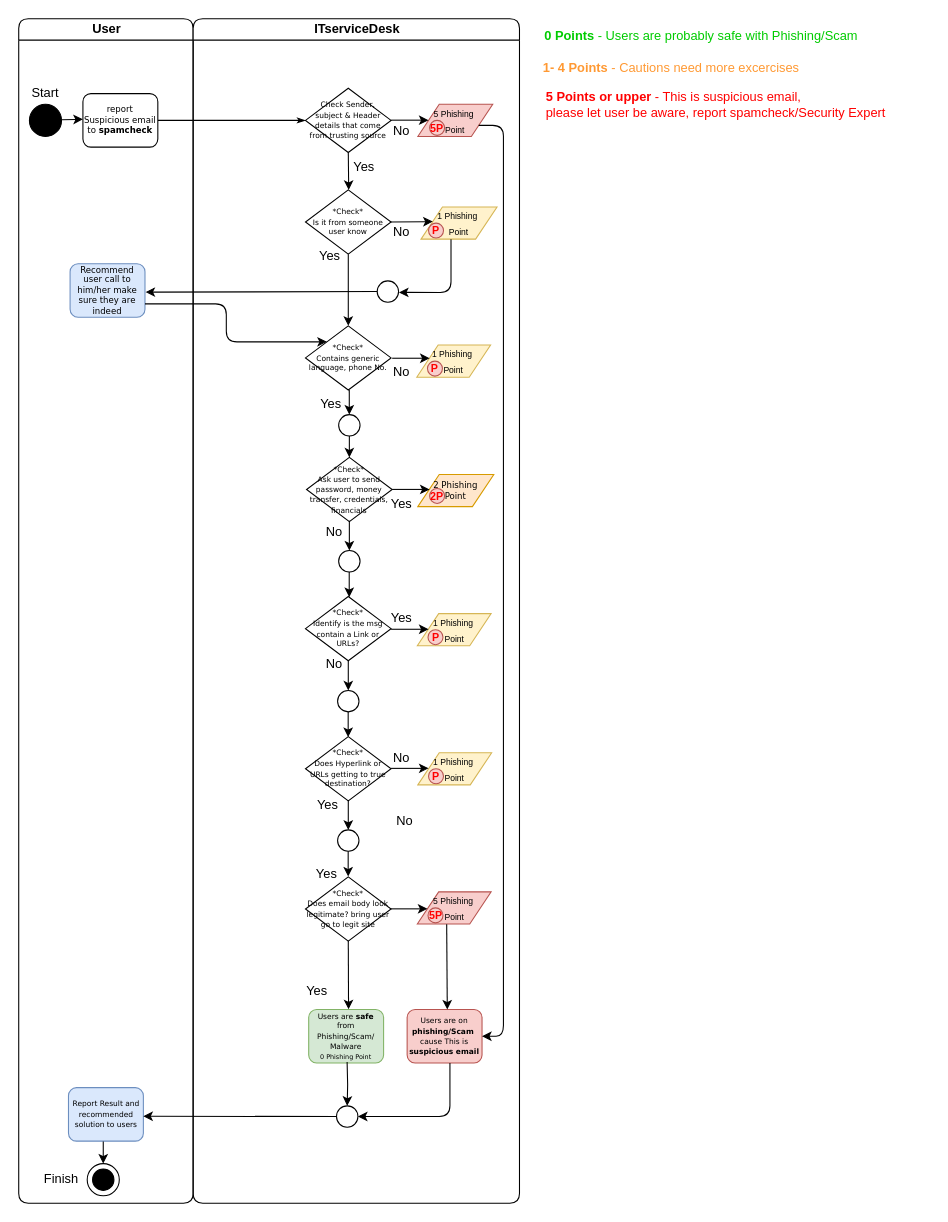
psukasame/sukasamecloud keeps this draw.io diagram as Sec-L1-ITSD.drawio. Above is the earlier version. Source tidied: cells renumbered, new cells numbered last; positions are measured from the earlier drawing's top-left corner, leaving out a move shared by most shapes. Both pictures are drawn from the tidied source at 107%, with x=0, y=0 at pixel (18, 18).
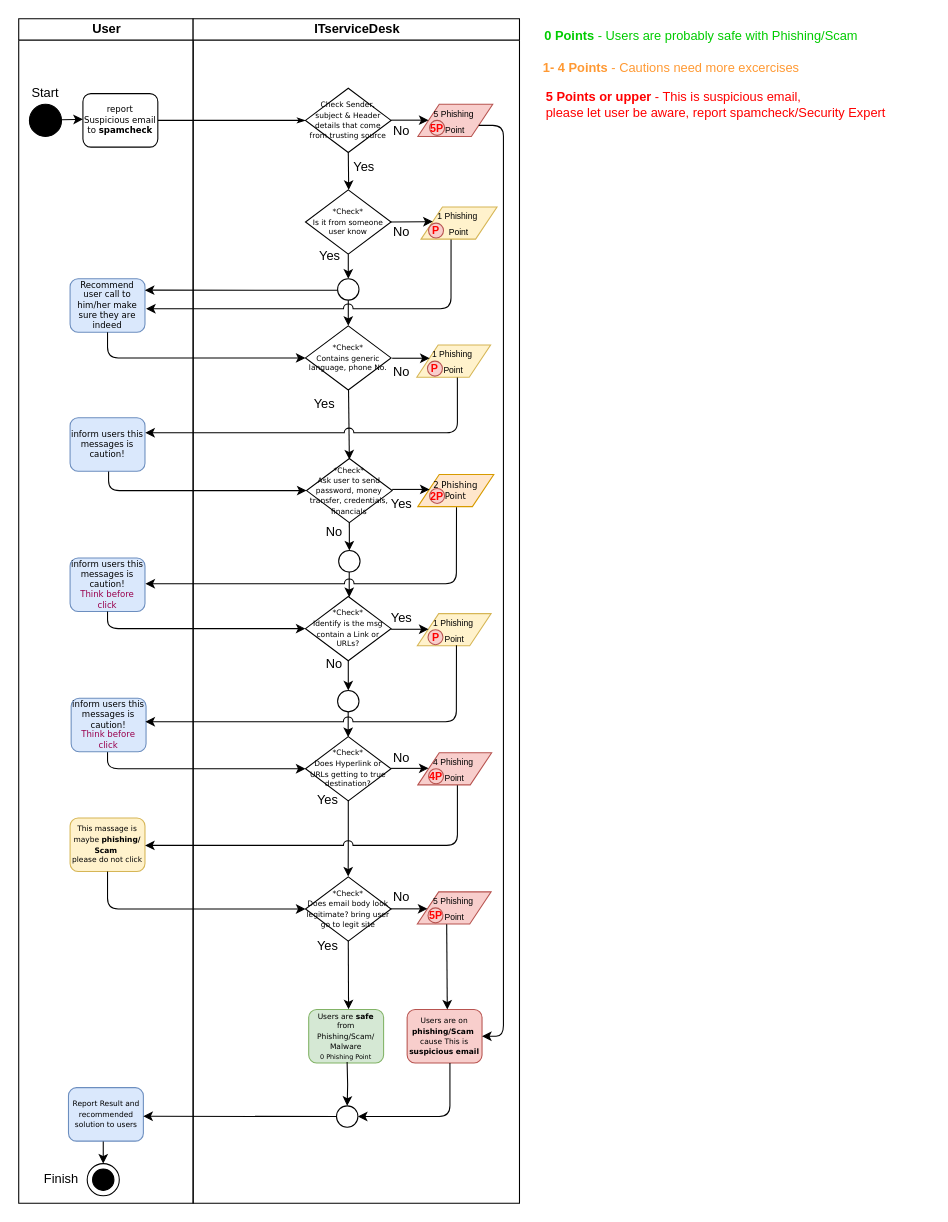
After the change.

Unchanged cells that the change refers to:
```xml
<mxCell id="18" value="&lt;span style=&quot;font-size: 7px&quot;&gt;*Check*&lt;br&gt;Contains generic language, phone No.&lt;br&gt;&lt;/span&gt;" style="rhombus;whiteSpace=wrap;html=1;rounded=0;shadow=0;labelBackgroundColor=none;strokeWidth=1;fontFamily=Verdana;fontSize=8;align=center;" parent="14" vertex="1">
  <mxGeometry x="105" y="287" width="80" height="60" as="geometry" />
</mxCell>
<mxCell id="21" value="No" style="text;html=1;strokeColor=none;fillColor=none;align=center;verticalAlign=middle;whiteSpace=wrap;rounded=0;" parent="14" vertex="1">
  <mxGeometry x="112" y="470" width="40" height="20" as="geometry" />
</mxCell>
<mxCell id="27" value="&lt;span style=&quot;font-size: 7px&quot;&gt;*Check*&lt;br&gt;&lt;/span&gt;&lt;span style=&quot;font-size: 7px&quot;&gt;Does Hyperlink or URLs getting to true destination?&lt;/span&gt;" style="rhombus;whiteSpace=wrap;html=1;rounded=0;shadow=0;labelBackgroundColor=none;strokeWidth=1;fontFamily=Verdana;fontSize=8;align=center;" parent="14" vertex="1">
  <mxGeometry x="105" y="671" width="80" height="60" as="geometry" />
</mxCell>
<mxCell id="39" value="&lt;font style=&quot;font-size: 8px&quot;&gt;1 Phishing&amp;nbsp;&lt;br&gt;Point&lt;br&gt;&lt;/font&gt;" style="shape=parallelogram;perimeter=parallelogramPerimeter;whiteSpace=wrap;html=1;fixedSize=1;fillColor=#fff2cc;strokeColor=#d6b656;" parent="14" vertex="1">
  <mxGeometry x="213" y="176" width="71" height="30" as="geometry" />
</mxCell>
<mxCell id="41" value="&lt;font style=&quot;font-size: 8px&quot;&gt;1 Phishing&amp;nbsp;&lt;br&gt;Point&lt;br&gt;&lt;/font&gt;" style="shape=parallelogram;perimeter=parallelogramPerimeter;whiteSpace=wrap;html=1;fixedSize=1;fillColor=#fff2cc;strokeColor=#d6b656;" parent="14" vertex="1">
  <mxGeometry x="209" y="305" width="69" height="30" as="geometry" />
</mxCell>
<mxCell id="46" value="2 Phishing&lt;br&gt;Point" style="shape=parallelogram;perimeter=parallelogramPerimeter;whiteSpace=wrap;html=1;fixedSize=1;rounded=0;shadow=0;fontFamily=Verdana;fontSize=8;strokeWidth=1;fillColor=#ffe6cc;strokeColor=#d79b00;" parent="14" vertex="1">
  <mxGeometry x="210" y="426" width="71" height="30" as="geometry" />
</mxCell>
<mxCell id="72" style="ellipse;whiteSpace=wrap;html=1;fillColor=#FFFFFF;" parent="14" vertex="1">
  <mxGeometry x="136" y="497" width="20" height="20" as="geometry" />
</mxCell>
```

Diff of the diagram source:
```diff
@@
-    <mxCell id="3" value="User" style="swimlane;html=1;startSize=20;rounded=1;" parent="1" vertex="1">
+    <mxCell id="3" value="User" style="swimlane;html=1;startSize=20;" parent="1" vertex="1">
       <mxGeometry width="163" height="1107" as="geometry" />
     </mxCell>
@@
     <mxCell id="8" value="Recommend user call to him/her make sure they are indeed" style="rounded=1;whiteSpace=wrap;html=1;shadow=0;labelBackgroundColor=none;strokeWidth=1;fontFamily=Verdana;fontSize=8;align=center;fillColor=#dae8fc;strokeColor=#6c8ebf;" parent="3" vertex="1">
-      <mxGeometry x="48" y="229" width="70" height="50" as="geometry" />
+      <mxGeometry x="48" y="243" width="70" height="50" as="geometry" />
     </mxCell>
@@
+    <mxCell id="88" value="inform users this messages is caution!" style="rounded=1;whiteSpace=wrap;html=1;shadow=0;labelBackgroundColor=none;strokeWidth=1;fontFamily=Verdana;fontSize=8;align=center;fillColor=#dae8fc;strokeColor=#6c8ebf;" parent="3" vertex="1">
+      <mxGeometry x="48" y="373" width="70" height="50" as="geometry" />
+    </mxCell>
+    <mxCell id="89" value="&lt;span&gt;inform users this messages is caution!&lt;br&gt;&lt;font color=&quot;#99004d&quot;&gt;Think before click&lt;/font&gt;&lt;br&gt;&lt;/span&gt;" style="rounded=1;whiteSpace=wrap;html=1;shadow=0;labelBackgroundColor=none;strokeWidth=1;fontFamily=Verdana;fontSize=8;align=center;fillColor=#dae8fc;strokeColor=#6c8ebf;" parent="3" vertex="1">
+      <mxGeometry x="48" y="504" width="70" height="50" as="geometry" />
+    </mxCell>
+    <mxCell id="90" value="&lt;span style=&quot;font-size: 7px&quot;&gt;This massage is maybe&amp;nbsp;&lt;/span&gt;&lt;b style=&quot;font-size: 7px&quot;&gt;phishing/&lt;br&gt;Scam&lt;/b&gt;&lt;span style=&quot;font-size: 7px&quot;&gt;&amp;nbsp;&lt;/span&gt;&lt;br style=&quot;font-size: 7px&quot;&gt;&lt;span&gt;&lt;span style=&quot;font-size: 7px&quot;&gt;please do not click&lt;/span&gt;&lt;br&gt;&lt;/span&gt;" style="rounded=1;whiteSpace=wrap;html=1;shadow=0;labelBackgroundColor=none;strokeWidth=1;fontFamily=Verdana;fontSize=8;align=center;fillColor=#fff2cc;strokeColor=#d6b656;" parent="3" vertex="1">
+      <mxGeometry x="48" y="747" width="70" height="50" as="geometry" />
+    </mxCell>
-    <mxCell id="14" value="ITserviceDesk" style="swimlane;html=1;startSize=20;rounded=1;" parent="1" vertex="1">
+    <mxCell id="14" value="ITserviceDesk" style="swimlane;html=1;startSize=20;" parent="1" vertex="1">
       <mxGeometry x="163" width="305" height="1107" as="geometry" />
     </mxCell>
@@
     <mxCell id="19" value="&lt;span style=&quot;font-size: 7px&quot;&gt;*Check*&lt;br&gt;Ask user to send password, money transfer, credentials, financials&lt;br&gt;&lt;/span&gt;" style="rhombus;whiteSpace=wrap;html=1;rounded=0;shadow=0;labelBackgroundColor=none;strokeWidth=1;fontFamily=Verdana;fontSize=8;align=center;" parent="14" vertex="1">
-      <mxGeometry x="106" y="410" width="80" height="60" as="geometry" />
+      <mxGeometry x="106" y="411" width="80" height="60" as="geometry" />
     </mxCell>
     <mxCell id="20" value="Yes" style="text;html=1;strokeColor=none;fillColor=none;align=center;verticalAlign=middle;whiteSpace=wrap;rounded=0;" parent="14" vertex="1">
-      <mxGeometry x="109" y="350" width="40" height="20" as="geometry" />
+      <mxGeometry x="103" y="350" width="40" height="20" as="geometry" />
     </mxCell>
@@
-    <mxCell id="23" style="ellipse;whiteSpace=wrap;html=1;fillColor=#FFFFFF;" parent="14" vertex="1">
-      <mxGeometry x="172" y="245" width="20" height="20" as="geometry" />
-    </mxCell>
-    <mxCell id="24" style="endArrow=classic;html=1;entryX=0.5;entryY=0;entryDx=0;entryDy=0;jumpStyle=arc;" parent="14" edge="1" target="18">
+    <mxCell id="24" style="endArrow=classic;html=1;entryX=0.5;entryY=0;entryDx=0;entryDy=0;" parent="14" edge="1" target="91">
       <mxGeometry relative="1" as="geometry">
         <mxPoint x="145" y="220" as="sourcePoint" />
       </mxGeometry>
     </mxCell>
@@
-    <mxCell id="29" value="Yes" style="text;html=1;strokeColor=none;fillColor=none;align=center;verticalAlign=middle;whiteSpace=wrap;rounded=0;" parent="14" vertex="1">
-      <mxGeometry x="106" y="725" width="40" height="20" as="geometry" />
-    </mxCell>
     <mxCell id="30" value="No" style="text;html=1;strokeColor=none;fillColor=none;align=center;verticalAlign=middle;whiteSpace=wrap;rounded=0;" parent="14" vertex="1">
-      <mxGeometry x="178" y="740" width="40" height="20" as="geometry" />
+      <mxGeometry x="175" y="811" width="40" height="20" as="geometry" />
     </mxCell>
-    <mxCell id="31" value="Yes" style="text;html=1;strokeColor=none;fillColor=none;align=center;verticalAlign=middle;whiteSpace=wrap;rounded=0;" parent="14" vertex="1">
-      <mxGeometry x="105" y="790" width="40" height="20" as="geometry" />
-    </mxCell>
-    <mxCell id="32" style="edgeStyle=orthogonalEdgeStyle;rounded=0;jettySize=auto;html=1;entryX=0.5;entryY=0;entryDx=0;entryDy=0;" parent="14" edge="1" target="72">
-      <mxGeometry relative="1" as="geometry">
-        <mxPoint x="146" y="469.2" as="sourcePoint" />
-      </mxGeometry>
+    <mxCell id="32" style="edgeStyle=orthogonalEdgeStyle;rounded=0;jettySize=auto;html=1;entryX=0.5;entryY=0;entryDx=0;entryDy=0;exitX=0.849;exitY=0.039;exitDx=0;exitDy=0;exitPerimeter=0;" parent="14" edge="1" source="21" target="72">
+      <mxGeometry relative="1" as="geometry" />
     </mxCell>
     <mxCell id="33" value="Yes" style="text;html=1;strokeColor=none;fillColor=none;align=center;verticalAlign=middle;whiteSpace=wrap;rounded=0;" parent="14" vertex="1">
-      <mxGeometry x="96" y="899" width="40" height="20" as="geometry" />
+      <mxGeometry x="106" y="857" width="40" height="20" as="geometry" />
     </mxCell>
@@
-    <mxCell id="54" value="&lt;font style=&quot;font-size: 8px&quot;&gt;1 Phishing&amp;nbsp;&lt;br&gt;Point&lt;br&gt;&lt;/font&gt;" style="shape=parallelogram;perimeter=parallelogramPerimeter;whiteSpace=wrap;html=1;fixedSize=1;fillColor=#fff2cc;strokeColor=#d6b656;" parent="14" vertex="1">
+    <mxCell id="54" value="&lt;font style=&quot;font-size: 8px&quot;&gt;4 Phishing&amp;nbsp;&lt;br&gt;Point&lt;br&gt;&lt;/font&gt;" style="shape=parallelogram;perimeter=parallelogramPerimeter;whiteSpace=wrap;html=1;fixedSize=1;fillColor=#f8cecc;strokeColor=#b85450;" parent="14" vertex="1">
       <mxGeometry x="210" y="686" width="69" height="30" as="geometry" />
     </mxCell>
-    <mxCell id="55" value="&lt;font style=&quot;font-size: 10px&quot; color=&quot;#ff0000&quot;&gt;&lt;b&gt;P&lt;/b&gt;&lt;/font&gt;" style="ellipse;whiteSpace=wrap;html=1;fillColor=#f8cecc;strokeColor=#b85450;" parent="14" vertex="1">
+    <mxCell id="55" value="&lt;font style=&quot;font-size: 10px&quot; color=&quot;#ff0000&quot;&gt;&lt;b&gt;4P&lt;/b&gt;&lt;/font&gt;" style="ellipse;whiteSpace=wrap;html=1;fillColor=#f8cecc;strokeColor=#b85450;" parent="14" vertex="1">
       <mxGeometry x="220" y="701" width="14" height="14" as="geometry" />
     </mxCell>
@@
-    <mxCell id="69" style="ellipse;whiteSpace=wrap;html=1;fillColor=#FFFFFF;" parent="14" vertex="1">
-      <mxGeometry x="136" y="370" width="20" height="20" as="geometry" />
-    </mxCell>
-    <mxCell id="70" style="endArrow=classic;html=1;exitX=0.5;exitY=1;exitDx=0;exitDy=0;" parent="14" edge="1" source="69">
+    <mxCell id="70" style="endArrow=classic;html=1;exitX=1.056;exitY=-0.158;exitDx=0;exitDy=0;jumpStyle=arc;exitPerimeter=0;" parent="14" edge="1" source="20">
       <mxGeometry relative="1" as="geometry">
-        <mxPoint x="146" y="410" as="targetPoint" />
+        <mxPoint x="146" y="412" as="targetPoint" />
       </mxGeometry>
     </mxCell>
-    <mxCell id="71" style="endArrow=classic;html=1;exitX=0.5;exitY=1;exitDx=0;exitDy=0;entryX=0.5;entryY=0;entryDx=0;entryDy=0;" parent="14" edge="1" target="69">
-      <mxGeometry relative="1" as="geometry">
-        <mxPoint x="145.9" y="347" as="sourcePoint" />
-      </mxGeometry>
-    </mxCell>
@@
-    <mxCell id="77" style="edgeStyle=orthogonalEdgeStyle;rounded=0;jettySize=auto;html=1;entryX=0.5;entryY=0;entryDx=0;entryDy=0;" parent="14" edge="1" target="78">
-      <mxGeometry relative="1" as="geometry">
-        <mxPoint x="145" y="730.3" as="sourcePoint" />
-      </mxGeometry>
-    </mxCell>
-    <mxCell id="78" style="ellipse;whiteSpace=wrap;html=1;fillColor=#FFFFFF;" parent="14" vertex="1">
-      <mxGeometry x="135" y="758.1" width="20" height="20" as="geometry" />
-    </mxCell>
-    <mxCell id="79" style="edgeStyle=orthogonalEdgeStyle;rounded=0;orthogonalLoop=1;jettySize=auto;html=1;entryX=0.511;entryY=0.01;entryDx=0;entryDy=0;entryPerimeter=0;" parent="14" edge="1">
+    <mxCell id="79" style="edgeStyle=orthogonalEdgeStyle;rounded=0;jettySize=auto;html=1;entryX=0.511;entryY=0.01;entryDx=0;entryDy=0;entryPerimeter=0;exitX=0.5;exitY=1;exitDx=0;exitDy=0;" parent="14" edge="1" source="27">
       <mxGeometry relative="1" as="geometry">
-        <mxPoint x="144.9" y="778.1" as="sourcePoint" />
         <mxPoint x="144.9" y="801.7" as="targetPoint" />
       </mxGeometry>
     </mxCell>
@@
+    <mxCell id="91" style="ellipse;whiteSpace=wrap;html=1;fillColor=#FFFFFF;" parent="14" vertex="1">
+      <mxGeometry x="135" y="243" width="20" height="20" as="geometry" />
+    </mxCell>
+    <mxCell id="92" style="endArrow=classic;html=1;entryX=0.5;entryY=0;entryDx=0;entryDy=0;exitX=0.5;exitY=1;exitDx=0;exitDy=0;jumpStyle=none;" parent="14" edge="1" source="91" target="18">
+      <mxGeometry relative="1" as="geometry" />
+    </mxCell>
+    <mxCell id="93" style="endArrow=classic;html=1;entryX=0.998;entryY=0.213;entryDx=0;entryDy=0;entryPerimeter=0;" parent="14" edge="1" target="8">
+      <mxGeometry relative="1" as="geometry">
+        <mxPoint x="135" y="253.8" as="sourcePoint" />
+      </mxGeometry>
+    </mxCell>
-    <mxCell id="81" style="edgeStyle=segmentEdgeStyle;endArrow=classic;html=1;entryX=1.018;entryY=0.539;entryDx=0;entryDy=0;entryPerimeter=0;" parent="14" edge="1" target="23">
+    <mxCell id="81" style="edgeStyle=segmentEdgeStyle;endArrow=classic;html=1;exitX=0.395;exitY=1.008;exitDx=0;exitDy=0;exitPerimeter=0;jumpStyle=arc;jumpSize=9;" parent="14" edge="1" source="39">
       <mxGeometry relative="1" as="geometry">
-        <mxPoint x="241" y="206" as="sourcePoint" />
+        <mxPoint x="-44" y="271" as="targetPoint" />
         <Array as="points">
-          <mxPoint x="241" y="256" />
+          <mxPoint x="241" y="271" />
         </Array>
       </mxGeometry>
     </mxCell>
+    <mxCell id="94" style="edgeStyle=elbowEdgeStyle;elbow=horizontal;endArrow=classic;html=1;jumpStyle=none;entryX=0;entryY=0.5;entryDx=0;entryDy=0;exitX=0.514;exitY=1.004;exitDx=0;exitDy=0;exitPerimeter=0;" parent="14" edge="1" source="88">
+      <mxGeometry relative="1" as="geometry">
+        <mxPoint x="106" y="441" as="targetPoint" />
+        <Array as="points">
+          <mxPoint x="-79" y="441" />
+          <mxPoint x="-23" y="441" />
+        </Array>
+      </mxGeometry>
+    </mxCell>
+    <mxCell id="95" style="edgeStyle=elbowEdgeStyle;elbow=horizontal;endArrow=classic;html=1;jumpStyle=none;entryX=0;entryY=0.5;entryDx=0;entryDy=0;exitX=0.5;exitY=1;exitDx=0;exitDy=0;" parent="14" edge="1" source="89">
+      <mxGeometry relative="1" as="geometry">
+        <mxPoint x="105" y="570" as="targetPoint" />
+        <Array as="points">
+          <mxPoint x="-80" y="570" />
+          <mxPoint x="-24" y="570" />
+        </Array>
+      </mxGeometry>
+    </mxCell>
+    <mxCell id="96" style="edgeStyle=elbowEdgeStyle;elbow=horizontal;endArrow=classic;html=1;jumpStyle=none;entryX=0;entryY=0.5;entryDx=0;entryDy=0;exitX=0.5;exitY=1;exitDx=0;exitDy=0;" parent="14" edge="1">
+      <mxGeometry relative="1" as="geometry">
+        <mxPoint x="-80" y="685" as="sourcePoint" />
+        <mxPoint x="105" y="701" as="targetPoint" />
+        <Array as="points">
+          <mxPoint x="-80" y="701" />
+          <mxPoint x="-24" y="701" />
+        </Array>
+      </mxGeometry>
+    </mxCell>
+    <mxCell id="97" style="edgeStyle=elbowEdgeStyle;elbow=horizontal;endArrow=classic;html=1;jumpStyle=none;entryX=0;entryY=0.5;entryDx=0;entryDy=0;exitX=0.5;exitY=1;exitDx=0;exitDy=0;" parent="14" edge="1" source="90">
+      <mxGeometry relative="1" as="geometry">
+        <mxPoint x="105" y="832" as="targetPoint" />
+        <Array as="points">
+          <mxPoint x="-80" y="832" />
+          <mxPoint x="-24" y="832" />
+        </Array>
+      </mxGeometry>
+    </mxCell>
-    <mxCell id="82" style="edgeStyle=elbowEdgeStyle;elbow=horizontal;endArrow=classic;html=1;exitX=1;exitY=0.75;exitDx=0;exitDy=0;entryX=0;entryY=0;entryDx=0;entryDy=0;jumpStyle=none;" parent="1" edge="1" source="8" target="18">
+    <mxCell id="82" style="edgeStyle=elbowEdgeStyle;elbow=horizontal;endArrow=classic;html=1;jumpStyle=none;entryX=0;entryY=0.5;entryDx=0;entryDy=0;exitX=0.5;exitY=1;exitDx=0;exitDy=0;" parent="1" edge="1" source="8" target="18">
       <mxGeometry relative="1" as="geometry">
         <Array as="points">
-          <mxPoint x="194" y="290" />
+          <mxPoint x="83" y="317" />
+          <mxPoint x="139" y="317" />
         </Array>
       </mxGeometry>
     </mxCell>
@@
-    <mxCell id="84" style="endArrow=classic;html=1;entryX=1.007;entryY=0.53;entryDx=0;entryDy=0;entryPerimeter=0;exitX=0;exitY=0.5;exitDx=0;exitDy=0;" parent="1" edge="1" source="23" target="8">
-      <mxGeometry relative="1" as="geometry" />
-    </mxCell>
@@
+    <mxCell id="98" style="edgeStyle=segmentEdgeStyle;endArrow=classic;html=1;exitX=0.55;exitY=1.013;exitDx=0;exitDy=0;exitPerimeter=0;jumpStyle=arc;jumpSize=9;entryX=1.004;entryY=0.28;entryDx=0;entryDy=0;entryPerimeter=0;" parent="1" edge="1" source="41" target="88">
+      <mxGeometry relative="1" as="geometry">
+        <Array as="points">
+          <mxPoint x="410" y="387" />
+        </Array>
+      </mxGeometry>
+    </mxCell>
+    <mxCell id="99" style="edgeStyle=segmentEdgeStyle;endArrow=classic;html=1;exitX=0.509;exitY=1.017;exitDx=0;exitDy=0;exitPerimeter=0;jumpStyle=arc;jumpSize=9;entryX=1.006;entryY=0.481;entryDx=0;entryDy=0;entryPerimeter=0;" parent="1" edge="1" source="46" target="89">
+      <mxGeometry relative="1" as="geometry">
+        <Array as="points">
+          <mxPoint x="409" y="465" />
+          <mxPoint x="409" y="465" />
+          <mxPoint x="409" y="528" />
+        </Array>
+      </mxGeometry>
+    </mxCell>
+    <mxCell id="100" value="&lt;span&gt;inform users this messages is caution!&lt;br&gt;&lt;font color=&quot;#99004d&quot;&gt;Think before click&lt;/font&gt;&lt;br&gt;&lt;/span&gt;" style="rounded=1;whiteSpace=wrap;html=1;shadow=0;labelBackgroundColor=none;strokeWidth=1;fontFamily=Verdana;fontSize=8;align=center;fillColor=#dae8fc;strokeColor=#6c8ebf;" parent="1" vertex="1">
+      <mxGeometry x="49" y="635" width="70" height="50" as="geometry" />
+    </mxCell>
+    <mxCell id="101" style="edgeStyle=segmentEdgeStyle;endArrow=classic;html=1;exitX=0.509;exitY=1.017;exitDx=0;exitDy=0;exitPerimeter=0;jumpStyle=arc;jumpSize=9;entryX=1.006;entryY=0.481;entryDx=0;entryDy=0;entryPerimeter=0;" parent="1" edge="1">
+      <mxGeometry relative="1" as="geometry">
+        <mxPoint x="409.1" y="585.5" as="sourcePoint" />
+        <mxPoint x="118.4" y="657" as="targetPoint" />
+        <Array as="points">
+          <mxPoint x="409" y="594" />
+          <mxPoint x="409" y="594" />
+          <mxPoint x="409" y="657" />
+        </Array>
+      </mxGeometry>
+    </mxCell>
+    <mxCell id="102" value="Yes" style="text;html=1;strokeColor=none;fillColor=none;align=center;verticalAlign=middle;whiteSpace=wrap;rounded=0;" parent="1" vertex="1">
+      <mxGeometry x="269" y="720" width="40" height="20" as="geometry" />
+    </mxCell>
+    <mxCell id="103" style="edgeStyle=segmentEdgeStyle;endArrow=classic;html=1;jumpStyle=arc;jumpSize=9;entryX=1.001;entryY=0.512;entryDx=0;entryDy=0;entryPerimeter=0;exitX=0.536;exitY=1.014;exitDx=0;exitDy=0;exitPerimeter=0;" parent="1" edge="1" source="54" target="90">
+      <mxGeometry relative="1" as="geometry">
+        <Array as="points">
+          <mxPoint x="410" y="773" />
+        </Array>
+      </mxGeometry>
+    </mxCell>
```
